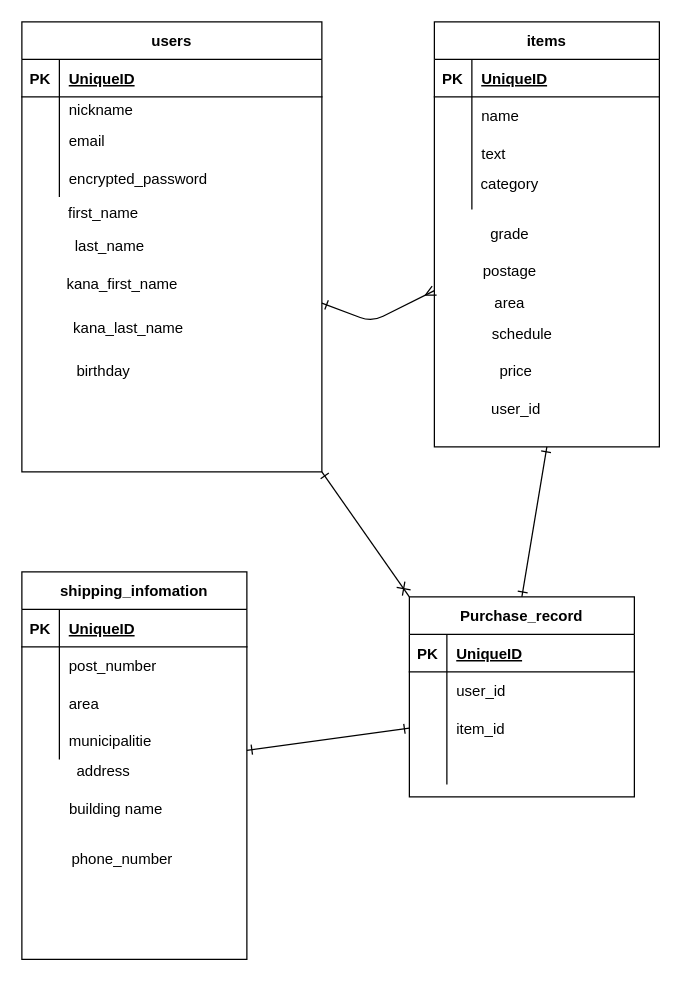
Earlier version of the draw.io diagram db.dio (yuk1higa/furima-37338). Source tidied: cells renumbered, new cells numbered last; positions are measured from the earlier drawing's top-left corner, leaving out a move shared by most shapes. Both pictures are drawn from the tidied source at 125%, with x=0, y=0 at pixel (21, 21).
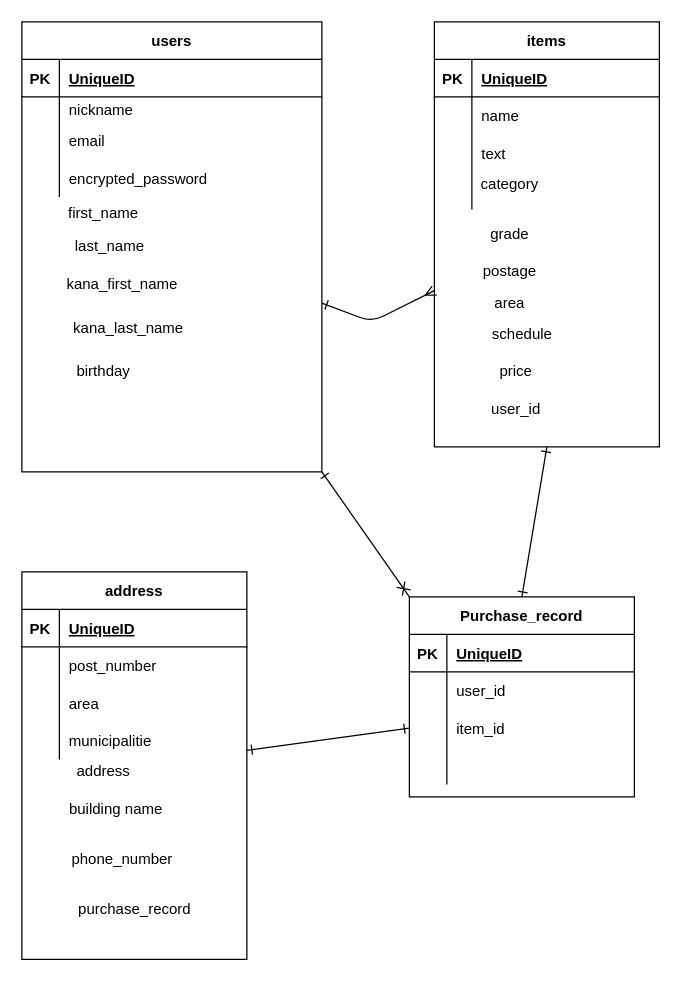
The same diagram, later.

Commit message (it also covers changes not shown here):
ER図とREADMEの修正#3

Change to the diagram source:
```diff
@@
-    <mxCell id="35" value="shipping_infomation" style="shape=table;startSize=30;childLayout=tableLayout;rowLines=0;fontStyle=1;align=center;" parent="1" vertex="1">
+    <mxCell id="35" value="address" style="shape=table;startSize=30;childLayout=tableLayout;rowLines=0;fontStyle=1;align=center;" parent="1" vertex="1">
       <mxGeometry y="440" width="180" height="310" as="geometry" />
     </mxCell>
@@
+    <mxCell id="73" value="purchase_record" style="text;html=1;align=center;verticalAlign=middle;strokeColor=none;fillColor=none;" parent="1" vertex="1">
+      <mxGeometry x="35" y="700" width="110" height="20" as="geometry" />
+    </mxCell>
```
